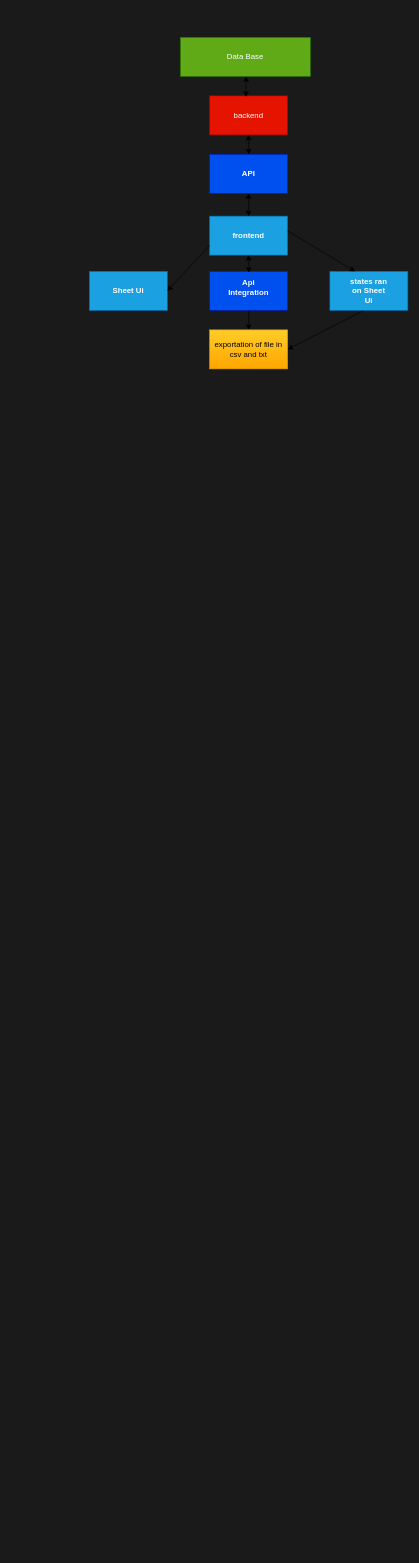
This is architechture.dio from pereedi/react-excel-clone, a draw.io file, before an edit. Source tidied: cells renumbered, new cells numbered last; positions are measured from the earlier drawing's top-left corner, leaving out a move shared by most shapes. Both pictures are drawn from the tidied source at 65%, with x=0, y=0 at pixel (11, 11).
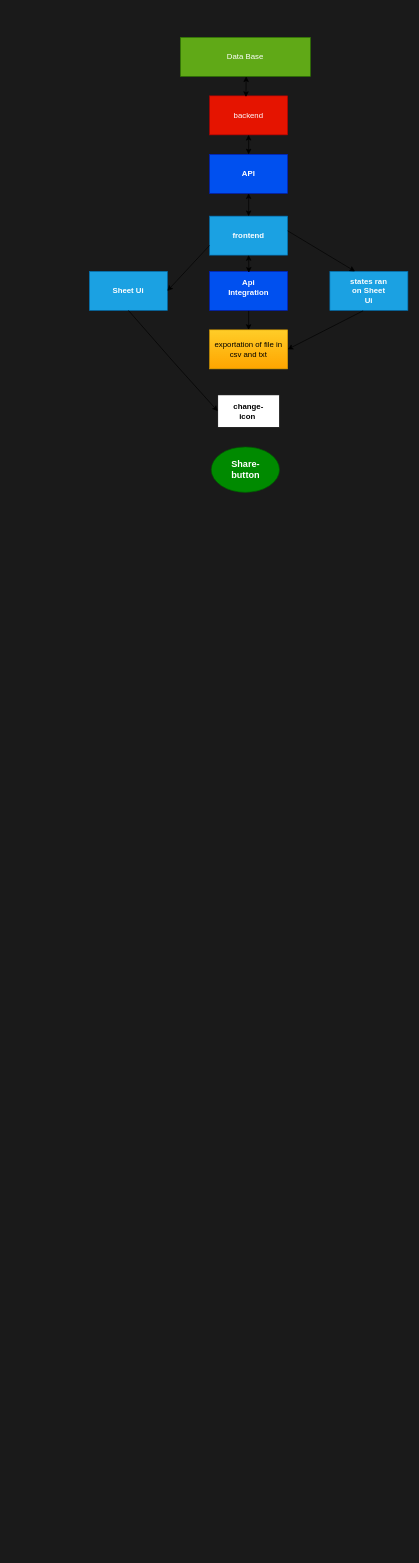
Above is the later version.

The change refers to these unchanged cells:
```xml
<mxCell id="5" style="rounded=0;whiteSpace=wrap;html=1;fillColor=#1ba1e2;fontColor=#ffffff;strokeColor=#006EAF;" parent="1" vertex="1">
  <mxGeometry x="120" y="400" width="120" height="60" as="geometry" />
</mxCell>
```

Change to the diagram source:
```diff
@@
+    <mxCell id="26" style="rounded=0;whiteSpace=wrap;html=1;" parent="1" vertex="1">
+      <mxGeometry x="317.5" y="590" width="95" height="50" as="geometry" />
+    </mxCell>
+    <mxCell id="27" style="ellipse;whiteSpace=wrap;html=1;fillColor=#008a00;strokeColor=#005700;fontColor=#ffffff;" parent="1" vertex="1">
+      <mxGeometry x="307.5" y="670" width="105" height="70" as="geometry" />
+    </mxCell>
+    <mxCell id="28" value="&lt;h3&gt;&lt;font style=&quot;color: rgb(255, 255, 255);&quot;&gt;Share-button&lt;/font&gt;&lt;/h3&gt;" style="text;html=1;align=center;verticalAlign=middle;whiteSpace=wrap;rounded=0;fillColor=none;strokeColor=none;" parent="1" vertex="1">
+      <mxGeometry x="337.5" y="695" width="45" height="20" as="geometry" />
+    </mxCell>
+    <mxCell id="29" value="&lt;b&gt;change-icon&amp;nbsp;&lt;/b&gt;" style="text;html=1;align=center;verticalAlign=middle;whiteSpace=wrap;rounded=0;" parent="1" vertex="1">
+      <mxGeometry x="335" y="600" width="60" height="30" as="geometry" />
+    </mxCell>
+    <mxCell id="30" style="endArrow=classic;html=1;exitX=0.5;exitY=1;exitDx=0;exitDy=0;entryX=0;entryY=0.5;entryDx=0;entryDy=0;" parent="1" edge="1" source="5" target="26">
+      <mxGeometry relative="1" as="geometry">
+        <Array as="points">
+          <mxPoint x="250" y="540" />
+        </Array>
+      </mxGeometry>
+    </mxCell>
```
